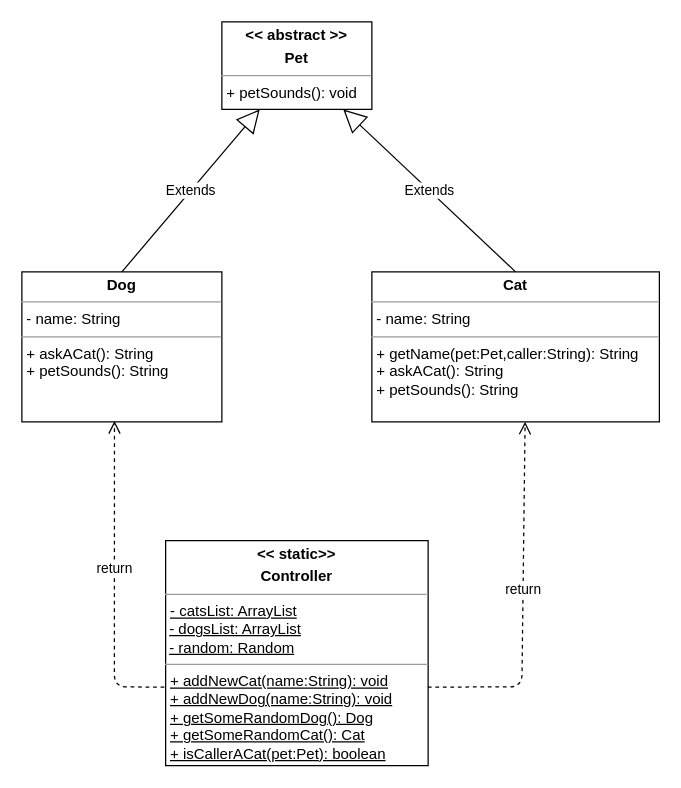
This is AskACat.drawio from XX4-OOP-archive/11a_AskACat_1, a draw.io file, before an edit. Source tidied: cells renumbered, new cells numbered last; positions are measured from the earlier drawing's top-left corner, leaving out a move shared by most shapes. Both pictures are drawn from the tidied source at 125%, with x=0, y=0 at pixel (21, 21).
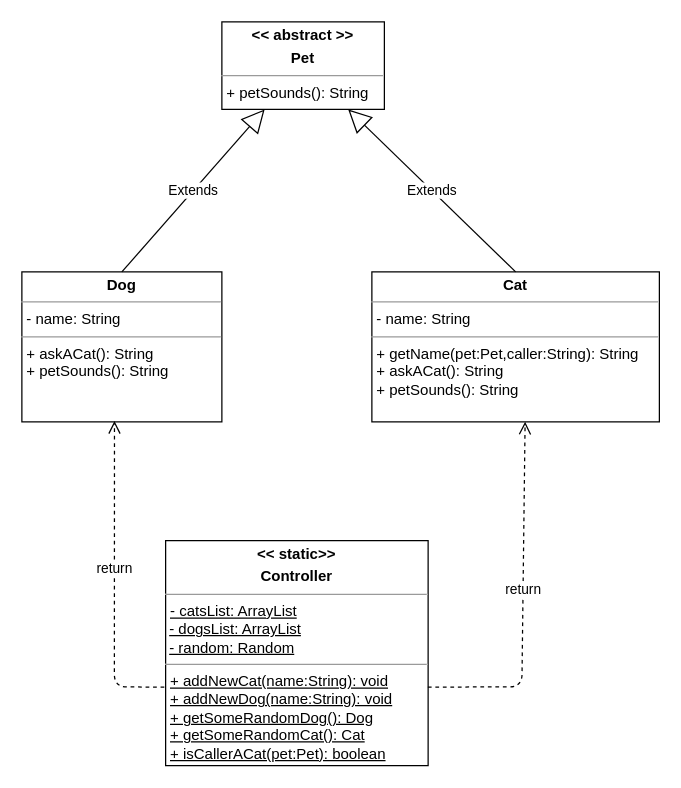
The same page after the edit.

The edit, as a diff of the source:
```diff
@@
 <mxGraphModel>
   <root>
     <mxCell id="0" />
     <mxCell id="1" parent="0" />
     <mxCell id="2" value="&lt;p style=&quot;margin: 0px ; margin-top: 4px ; text-align: center&quot;&gt;&lt;b&gt;Cat&lt;/b&gt;&lt;/p&gt;&lt;hr size=&quot;1&quot;&gt;&lt;p style=&quot;margin: 0px ; margin-left: 4px&quot;&gt;- name: String&lt;/p&gt;&lt;hr size=&quot;1&quot;&gt;&lt;p style=&quot;margin: 0px ; margin-left: 4px&quot;&gt;&lt;span&gt;+ getName(pet:Pet,caller:String): String&lt;/span&gt;&lt;br&gt;&lt;/p&gt;&lt;p style=&quot;margin: 0px ; margin-left: 4px&quot;&gt;+ askACat(): String&lt;br&gt;&lt;/p&gt;&lt;p style=&quot;margin: 0px ; margin-left: 4px&quot;&gt;+ petSounds(): String&lt;br&gt;&lt;/p&gt;" style="verticalAlign=top;align=left;overflow=fill;fontSize=12;fontFamily=Helvetica;html=1;" parent="1" vertex="1">
       <mxGeometry x="280" y="200" width="230" height="120" as="geometry" />
     </mxCell>
     <mxCell id="3" value="&lt;p style=&quot;margin: 0px ; margin-top: 4px ; text-align: center&quot;&gt;&lt;b&gt;&amp;lt;&amp;lt; static&amp;gt;&amp;gt;&lt;/b&gt;&lt;b&gt;&lt;br&gt;&lt;/b&gt;&lt;/p&gt;&lt;p style=&quot;margin: 0px ; margin-top: 4px ; text-align: center&quot;&gt;&lt;b&gt;Controller&lt;/b&gt;&lt;/p&gt;&lt;hr size=&quot;1&quot;&gt;&lt;p style=&quot;margin: 0px ; margin-left: 4px&quot;&gt;&lt;u&gt;- catsList: ArrayList&lt;/u&gt;&lt;/p&gt;&amp;nbsp;&lt;u&gt;- dogsList: ArrayList&lt;/u&gt;&lt;br&gt;&amp;nbsp;&lt;u&gt;- random: Random&lt;/u&gt;&lt;br&gt;&lt;hr size=&quot;1&quot;&gt;&lt;p style=&quot;margin: 0px ; margin-left: 4px&quot;&gt;&lt;u&gt;+ addNewCat(name:String): void&lt;/u&gt;&lt;/p&gt;&lt;p style=&quot;margin: 0px ; margin-left: 4px&quot;&gt;&lt;u&gt;+ addNewDog(name:String): void&lt;br&gt;&lt;/u&gt;&lt;/p&gt;&lt;p style=&quot;margin: 0px ; margin-left: 4px&quot;&gt;&lt;u&gt;+ getSomeRandomDog(): Dog&lt;br&gt;&lt;/u&gt;&lt;/p&gt;&lt;p style=&quot;margin: 0px ; margin-left: 4px&quot;&gt;&lt;u&gt;+ getSomeRandomCat(): Cat&lt;br&gt;&lt;/u&gt;&lt;/p&gt;&lt;p style=&quot;margin: 0px ; margin-left: 4px&quot;&gt;&lt;u&gt;+ isCallerACat(pet:Pet): boolean&lt;/u&gt;&lt;br&gt;&lt;/p&gt;&lt;p style=&quot;margin: 0px ; margin-left: 4px&quot;&gt;&lt;br&gt;&lt;/p&gt;&lt;p style=&quot;margin: 0px ; margin-left: 4px&quot;&gt;&lt;br&gt;&lt;/p&gt;" style="verticalAlign=top;align=left;overflow=fill;fontSize=12;fontFamily=Helvetica;html=1;" parent="1" vertex="1">
       <mxGeometry x="115" y="415" width="210" height="180" as="geometry" />
     </mxCell>
     <mxCell id="4" value="&lt;p style=&quot;margin: 0px ; margin-top: 4px ; text-align: center&quot;&gt;&lt;b&gt;Dog&lt;/b&gt;&lt;/p&gt;&lt;hr size=&quot;1&quot;&gt;&lt;p style=&quot;margin: 0px ; margin-left: 4px&quot;&gt;- name: String&lt;/p&gt;&lt;hr size=&quot;1&quot;&gt;&lt;p style=&quot;margin: 0px ; margin-left: 4px&quot;&gt;&lt;span&gt;+ askACat(): String&lt;/span&gt;&lt;br&gt;&lt;/p&gt;&lt;p style=&quot;margin: 0px ; margin-left: 4px&quot;&gt;+ petSounds(): String&lt;/p&gt;" style="verticalAlign=top;align=left;overflow=fill;fontSize=12;fontFamily=Helvetica;html=1;" parent="1" vertex="1">
       <mxGeometry y="200" width="160" height="120" as="geometry" />
     </mxCell>
-    <mxCell id="5" value="&lt;p style=&quot;margin: 0px ; margin-top: 4px ; text-align: center&quot;&gt;&lt;b&gt;&amp;lt;&amp;lt; abstract &amp;gt;&amp;gt;&lt;/b&gt;&lt;/p&gt;&lt;p style=&quot;margin: 0px ; margin-top: 4px ; text-align: center&quot;&gt;&lt;b&gt;Pet&lt;/b&gt;&lt;/p&gt;&lt;hr size=&quot;1&quot;&gt;&lt;p style=&quot;margin: 0px ; margin-left: 4px&quot;&gt;&lt;span&gt;+ petSounds(): void&lt;/span&gt;&lt;br&gt;&lt;/p&gt;" style="verticalAlign=top;align=left;overflow=fill;fontSize=12;fontFamily=Helvetica;html=1;" parent="1" vertex="1">
-      <mxGeometry x="160" width="120" height="70" as="geometry" />
+    <mxCell id="5" value="&lt;p style=&quot;margin: 0px ; margin-top: 4px ; text-align: center&quot;&gt;&lt;b&gt;&amp;lt;&amp;lt; abstract &amp;gt;&amp;gt;&lt;/b&gt;&lt;/p&gt;&lt;p style=&quot;margin: 0px ; margin-top: 4px ; text-align: center&quot;&gt;&lt;b&gt;Pet&lt;/b&gt;&lt;/p&gt;&lt;hr size=&quot;1&quot;&gt;&lt;p style=&quot;margin: 0px ; margin-left: 4px&quot;&gt;&lt;span&gt;+ petSounds(): String&lt;/span&gt;&lt;br&gt;&lt;/p&gt;" style="verticalAlign=top;align=left;overflow=fill;fontSize=12;fontFamily=Helvetica;html=1;" parent="1" vertex="1">
+      <mxGeometry x="160" width="130" height="70" as="geometry" />
     </mxCell>
     <mxCell id="6" value="Extends" style="endArrow=block;endSize=16;endFill=0;html=1;exitX=0.5;exitY=0;exitDx=0;exitDy=0;" parent="1" edge="1" source="2" target="5">
       <mxGeometry relative="1" as="geometry" />
     </mxCell>
     <mxCell id="7" value="Extends" style="endArrow=block;endSize=16;endFill=0;html=1;exitX=0.5;exitY=0;exitDx=0;exitDy=0;" parent="1" edge="1" source="4" target="5">
       <mxGeometry relative="1" as="geometry" />
     </mxCell>
     <mxCell id="8" value="return" style="html=1;verticalAlign=bottom;endArrow=open;dashed=1;endSize=8;entryX=0.463;entryY=0.994;entryDx=0;entryDy=0;entryPerimeter=0;exitX=-0.005;exitY=0.651;exitDx=0;exitDy=0;exitPerimeter=0;" parent="1" edge="1" source="3" target="4">
       <mxGeometry relative="1" as="geometry">
         <Array as="points">
           <mxPoint x="74" y="532" />
         </Array>
       </mxGeometry>
     </mxCell>
     <mxCell id="9" value="return" style="html=1;verticalAlign=bottom;endArrow=open;dashed=1;endSize=8;exitX=0.999;exitY=0.651;exitDx=0;exitDy=0;exitPerimeter=0;entryX=0.533;entryY=0.999;entryDx=0;entryDy=0;entryPerimeter=0;" parent="1" edge="1" source="3" target="2">
       <mxGeometry relative="1" as="geometry">
         <Array as="points">
           <mxPoint x="400" y="532" />
         </Array>
       </mxGeometry>
     </mxCell>
   </root>
 </mxGraphModel>
```
